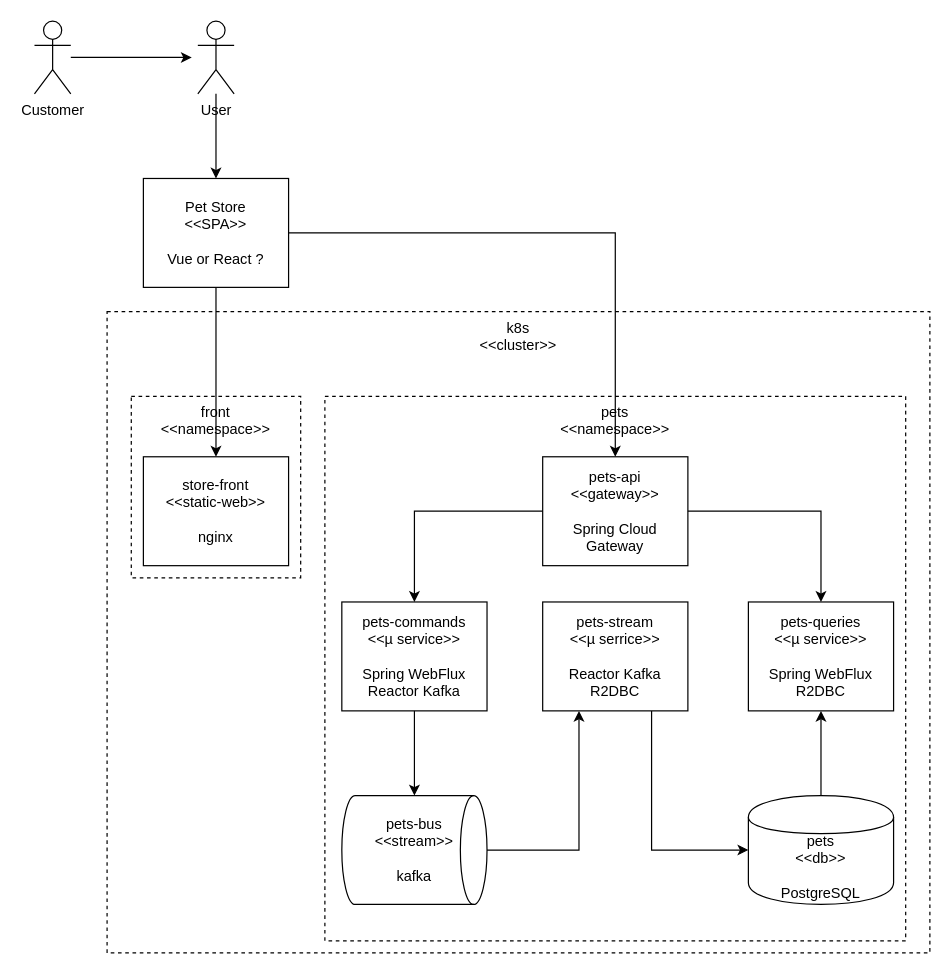
This is page "pets" (2 of 2) of docs/diagrams.drawio from LearningByExample/kotlin-event-driven-petstore, a draw.io file, before an edit. Source tidied: cells renumbered, new cells numbered last; positions are measured from the earlier drawing's top-left corner, leaving out a move shared by most shapes. Both pictures are drawn from the tidied source at 121%, with x=0, y=0 at pixel (34, 21).
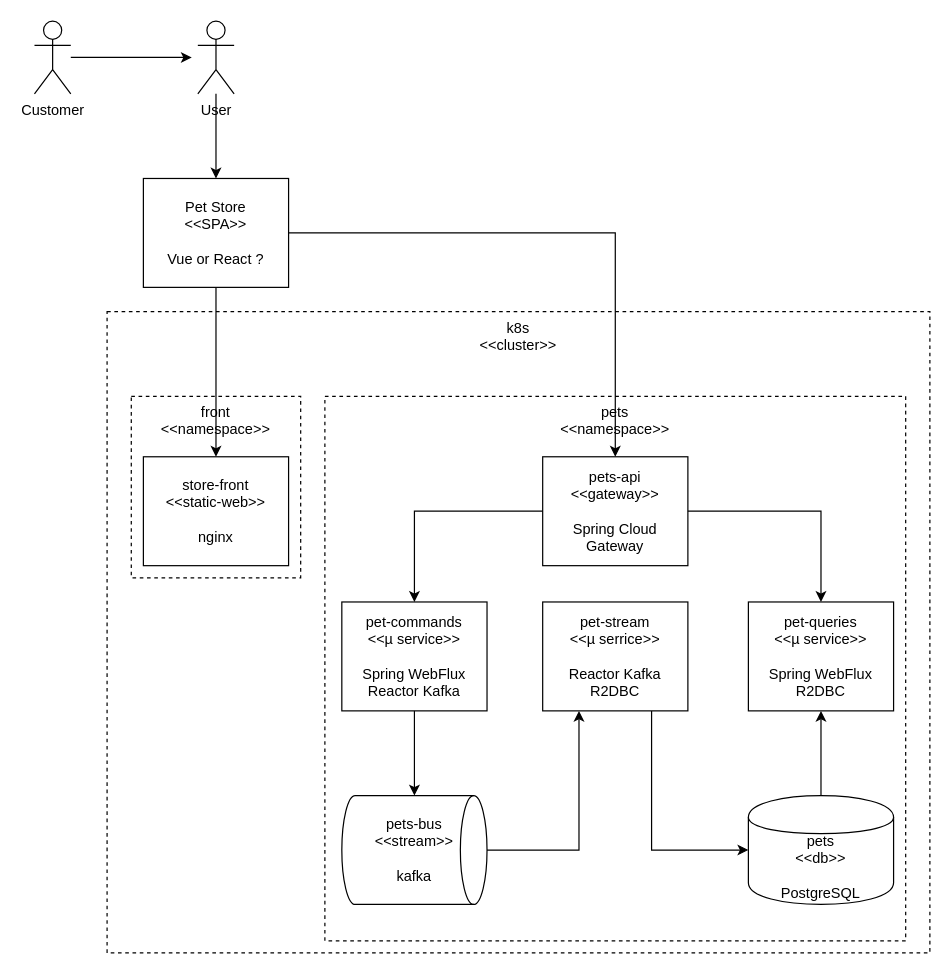
The same page after the edit.

Commit message (it also covers changes not shown here):
updating pet diagram, closes #16

Diff of the diagram source:
```diff
@@
-    <mxCell id="15" value="pets-commands&lt;br&gt;&amp;lt;&amp;lt;µ service&amp;gt;&amp;gt;&lt;br&gt;&lt;br&gt;Spring WebFlux&lt;br&gt;Reactor Kafka" style="rounded=0;whiteSpace=wrap;html=1;labelBackgroundColor=none;fillColor=none;align=center;verticalAlign=middle;horizontal=1;fontColor=#000000;strokeColor=#000000;" parent="1" vertex="1">
+    <mxCell id="15" value="pet-commands&lt;br&gt;&amp;lt;&amp;lt;µ service&amp;gt;&amp;gt;&lt;br&gt;&lt;br&gt;Spring WebFlux&lt;br&gt;Reactor Kafka" style="rounded=0;whiteSpace=wrap;html=1;labelBackgroundColor=none;fillColor=none;align=center;verticalAlign=middle;horizontal=1;fontColor=#000000;strokeColor=#000000;" parent="1" vertex="1">
       <mxGeometry x="254" y="480" width="120" height="90" as="geometry" />
     </mxCell>
-    <mxCell id="16" value="pets-queries&lt;br&gt;&amp;lt;&amp;lt;µ service&amp;gt;&amp;gt;&lt;br&gt;&lt;br&gt;Spring WebFlux&lt;br&gt;R2DBC" style="rounded=0;whiteSpace=wrap;html=1;labelBackgroundColor=none;fillColor=none;align=center;verticalAlign=middle;horizontal=1;fontColor=#000000;strokeColor=#000000;" parent="1" vertex="1">
+    <mxCell id="16" value="pet-queries&lt;br&gt;&amp;lt;&amp;lt;µ service&amp;gt;&amp;gt;&lt;br&gt;&lt;br&gt;Spring WebFlux&lt;br&gt;R2DBC" style="rounded=0;whiteSpace=wrap;html=1;labelBackgroundColor=none;fillColor=none;align=center;verticalAlign=middle;horizontal=1;fontColor=#000000;strokeColor=#000000;" parent="1" vertex="1">
       <mxGeometry x="590" y="480" width="120" height="90" as="geometry" />
     </mxCell>
@@
-    <mxCell id="18" value="pets-stream&lt;br&gt;&amp;lt;&amp;lt;µ serrice&amp;gt;&amp;gt;&lt;br&gt;&lt;br&gt;Reactor Kafka&lt;br&gt;R2DBC" style="rounded=0;whiteSpace=wrap;html=1;labelBackgroundColor=none;fillColor=none;align=center;verticalAlign=middle;horizontal=1;fontColor=#000000;strokeColor=#000000;" parent="1" vertex="1">
+    <mxCell id="18" value="pet-stream&lt;br&gt;&amp;lt;&amp;lt;µ serrice&amp;gt;&amp;gt;&lt;br&gt;&lt;br&gt;Reactor Kafka&lt;br&gt;R2DBC" style="rounded=0;whiteSpace=wrap;html=1;labelBackgroundColor=none;fillColor=none;align=center;verticalAlign=middle;horizontal=1;fontColor=#000000;strokeColor=#000000;" parent="1" vertex="1">
       <mxGeometry x="420" y="480" width="120" height="90" as="geometry" />
     </mxCell>
```
